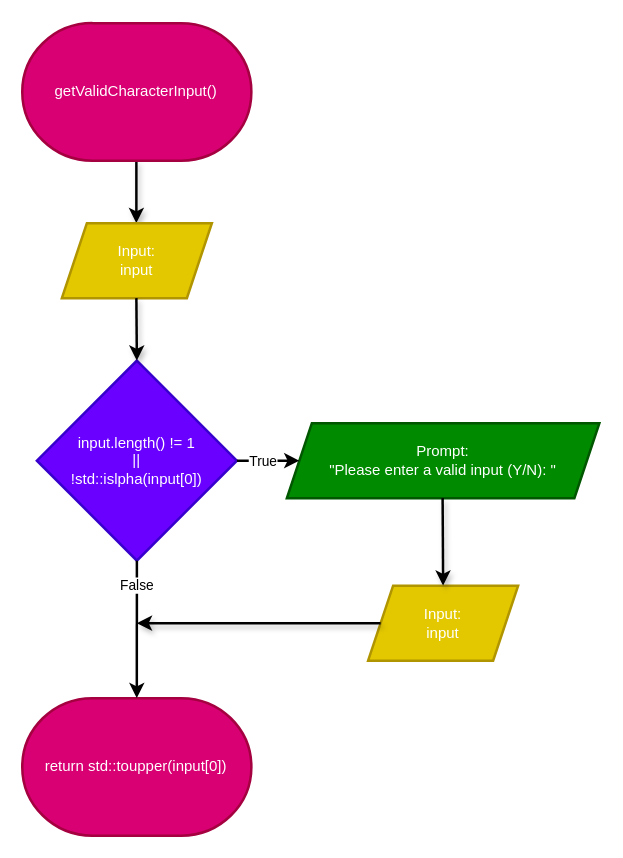
Earlier version of the draw.io diagram Flowcharts (draw.io)/08. getValidCharacterInput.drawio (shahxvi/csc126-group-project). Source tidied: cells renumbered, new cells numbered last; positions are measured from the earlier drawing's top-left corner, leaving out a move shared by most shapes. Both pictures are drawn from the tidied source at 125%, with x=0, y=0 at pixel (21, 22).
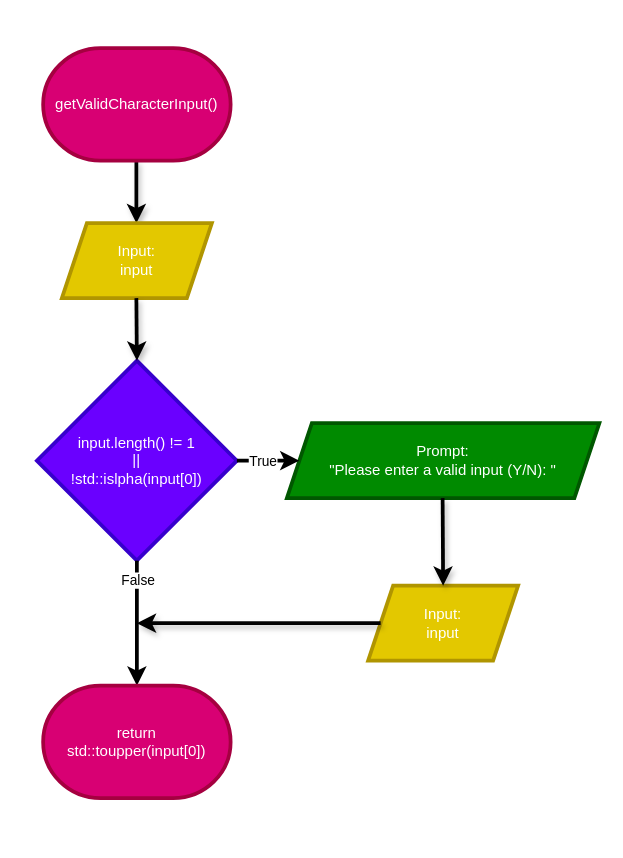
After the change.

What changed in the source:
```diff
@@
-    <mxCell id="2" style="edgeStyle=none;html=1;strokeWidth=2;shadow=1;textShadow=1;spacing=2;" parent="1" edge="1">
+    <mxCell id="2" style="edgeStyle=none;html=1;strokeWidth=3;shadow=1;textShadow=1;spacing=2;" parent="1" edge="1">
       <mxGeometry relative="1" as="geometry">
         <mxPoint x="91.6" y="110" as="sourcePoint" />
         <mxPoint x="91.6" y="160" as="targetPoint" />
       </mxGeometry>
     </mxCell>
-    <mxCell id="3" value="Input:&lt;br&gt;input" style="shape=parallelogram;perimeter=parallelogramPerimeter;whiteSpace=wrap;html=1;fixedSize=1;strokeWidth=2;fillColor=#e3c800;fontColor=#FFFFFF;strokeColor=#B09500;" parent="1" vertex="1">
+    <mxCell id="3" value="Input:&lt;br&gt;input" style="shape=parallelogram;perimeter=parallelogramPerimeter;whiteSpace=wrap;html=1;fixedSize=1;strokeWidth=3;fillColor=#e3c800;fontColor=#FFFFFF;strokeColor=#B09500;" parent="1" vertex="1">
       <mxGeometry x="32" y="160" width="120" height="60" as="geometry" />
     </mxCell>
-    <mxCell id="4" value="input.length() != 1&lt;br&gt;||&lt;br&gt;!std::islpha(input[0])" style="rhombus;whiteSpace=wrap;html=1;strokeWidth=2;fillColor=#6a00ff;fontColor=#ffffff;strokeColor=#3700CC;" parent="1" vertex="1">
+    <mxCell id="4" value="input.length() != 1&lt;br&gt;||&lt;br&gt;!std::islpha(input[0])" style="rhombus;whiteSpace=wrap;html=1;strokeWidth=3;fillColor=#6a00ff;fontColor=#ffffff;strokeColor=#3700CC;" parent="1" vertex="1">
       <mxGeometry x="12" y="270" width="160" height="160" as="geometry" />
     </mxCell>
-    <mxCell id="5" value="Prompt:&lt;br&gt;&quot;Please enter a valid input (Y/N): &quot;" style="shape=parallelogram;perimeter=parallelogramPerimeter;whiteSpace=wrap;html=1;fixedSize=1;strokeWidth=2;fillColor=#008a00;fontColor=#ffffff;strokeColor=#005700;" parent="1" vertex="1">
+    <mxCell id="5" value="Prompt:&lt;br&gt;&quot;Please enter a valid input (Y/N): &quot;" style="shape=parallelogram;perimeter=parallelogramPerimeter;whiteSpace=wrap;html=1;fixedSize=1;strokeWidth=3;fillColor=#008a00;fontColor=#ffffff;strokeColor=#005700;" parent="1" vertex="1">
       <mxGeometry x="212" y="320" width="250" height="60" as="geometry" />
     </mxCell>
-    <mxCell id="6" value="Input:&lt;br&gt;input" style="shape=parallelogram;perimeter=parallelogramPerimeter;whiteSpace=wrap;html=1;fixedSize=1;strokeWidth=2;fillColor=#e3c800;fontColor=#FFFFFF;strokeColor=#B09500;" parent="1" vertex="1">
+    <mxCell id="6" value="Input:&lt;br&gt;input" style="shape=parallelogram;perimeter=parallelogramPerimeter;whiteSpace=wrap;html=1;fixedSize=1;strokeWidth=3;fillColor=#e3c800;fontColor=#FFFFFF;strokeColor=#B09500;" parent="1" vertex="1">
       <mxGeometry x="277" y="450" width="120" height="60" as="geometry" />
     </mxCell>
-    <mxCell id="7" style="edgeStyle=none;html=1;strokeWidth=2;shadow=1;textShadow=1;spacing=2;entryX=0.5;entryY=0;entryDx=0;entryDy=0;" parent="1" edge="1" target="6">
+    <mxCell id="7" style="edgeStyle=none;html=1;strokeWidth=3;shadow=1;textShadow=1;spacing=2;entryX=0.5;entryY=0;entryDx=0;entryDy=0;" parent="1" edge="1" target="6">
       <mxGeometry relative="1" as="geometry">
         <mxPoint x="336.6" y="380" as="sourcePoint" />
       </mxGeometry>
     </mxCell>
-    <mxCell id="8" value="return std::toupper(input[0])" style="strokeWidth=2;html=1;shape=mxgraph.flowchart.terminator;whiteSpace=wrap;fillColor=#d80073;fontColor=#ffffff;strokeColor=#A50040;" parent="1" vertex="1">
-      <mxGeometry x="0.3" y="540" width="183.3" height="110" as="geometry" />
-    </mxCell>
-    <mxCell id="9" style="edgeStyle=none;html=1;strokeWidth=2;shadow=1;textShadow=1;spacing=2;entryX=0.5;entryY=0;entryDx=0;entryDy=0;" parent="1" edge="1" target="4">
+    <mxCell id="9" style="edgeStyle=none;html=1;strokeWidth=3;shadow=1;textShadow=1;spacing=2;entryX=0.5;entryY=0;entryDx=0;entryDy=0;" parent="1" edge="1" target="4">
       <mxGeometry relative="1" as="geometry">
         <mxPoint x="91.6" y="220" as="sourcePoint" />
       </mxGeometry>
     </mxCell>
-    <mxCell id="10" style="edgeStyle=none;html=1;strokeWidth=2;shadow=1;textShadow=1;spacing=2;exitX=0;exitY=0.5;exitDx=0;exitDy=0;" parent="1" edge="1" source="6">
+    <mxCell id="10" style="edgeStyle=none;html=1;strokeWidth=3;shadow=1;textShadow=1;spacing=2;exitX=0;exitY=0.5;exitDx=0;exitDy=0;" parent="1" edge="1" source="6">
       <mxGeometry relative="1" as="geometry">
         <mxPoint x="92" y="480" as="targetPoint" />
       </mxGeometry>
     </mxCell>
-    <mxCell id="11" style="endArrow=classic;html=1;exitX=1;exitY=0.5;exitDx=0;exitDy=0;entryX=0;entryY=0.5;entryDx=0;entryDy=0;strokeWidth=2;" parent="1" edge="1" source="4" target="5">
+    <mxCell id="11" style="endArrow=classic;html=1;exitX=1;exitY=0.5;exitDx=0;exitDy=0;entryX=0;entryY=0.5;entryDx=0;entryDy=0;strokeWidth=3;" parent="1" edge="1" source="4" target="5">
       <mxGeometry relative="1" as="geometry" />
     </mxCell>
@@
-    <mxCell id="13" style="endArrow=classic;html=1;exitX=0.5;exitY=1;exitDx=0;exitDy=0;entryX=0.5;entryY=0;entryDx=0;entryDy=0;entryPerimeter=0;strokeWidth=2;" parent="1" edge="1" source="4" target="8">
+    <mxCell id="13" style="endArrow=classic;html=1;exitX=0.5;exitY=1;exitDx=0;exitDy=0;strokeWidth=3;entryX=0.5;entryY=0;entryDx=0;entryDy=0;entryPerimeter=0;" parent="1" edge="1" source="4" target="8">
       <mxGeometry relative="1" as="geometry" />
     </mxCell>
@@
-    <mxCell id="15" value="&lt;span style=&quot;color: rgb(255, 255, 255);&quot;&gt;getValidCharacterInput()&lt;/span&gt;" style="strokeWidth=2;html=1;shape=mxgraph.flowchart.terminator;whiteSpace=wrap;fillColor=#d80073;fontColor=#ffffff;strokeColor=#A50040;" parent="1" vertex="1">
-      <mxGeometry x="0.3" width="183.3" height="110" as="geometry" />
+    <mxCell id="15" value="&lt;span style=&quot;color: rgb(255, 255, 255);&quot;&gt;getValidCharacterInput()&lt;/span&gt;" style="strokeWidth=3;html=1;shape=mxgraph.flowchart.terminator;whiteSpace=wrap;fillColor=#d80073;fontColor=#ffffff;strokeColor=#A50040;" parent="1" vertex="1">
+      <mxGeometry x="17" y="20" width="150" height="90" as="geometry" />
     </mxCell>
+    <mxCell id="8" value="&lt;span style=&quot;color: rgb(255, 255, 255);&quot;&gt;return&lt;/span&gt;&lt;br&gt;&lt;span style=&quot;color: rgb(255, 255, 255);&quot;&gt;std::toupper(input[0])&lt;/span&gt;" style="strokeWidth=3;html=1;shape=mxgraph.flowchart.terminator;whiteSpace=wrap;fillColor=#d80073;fontColor=#ffffff;strokeColor=#A50040;" parent="1" vertex="1">
+      <mxGeometry x="17" y="530" width="150" height="90" as="geometry" />
+    </mxCell>
```
